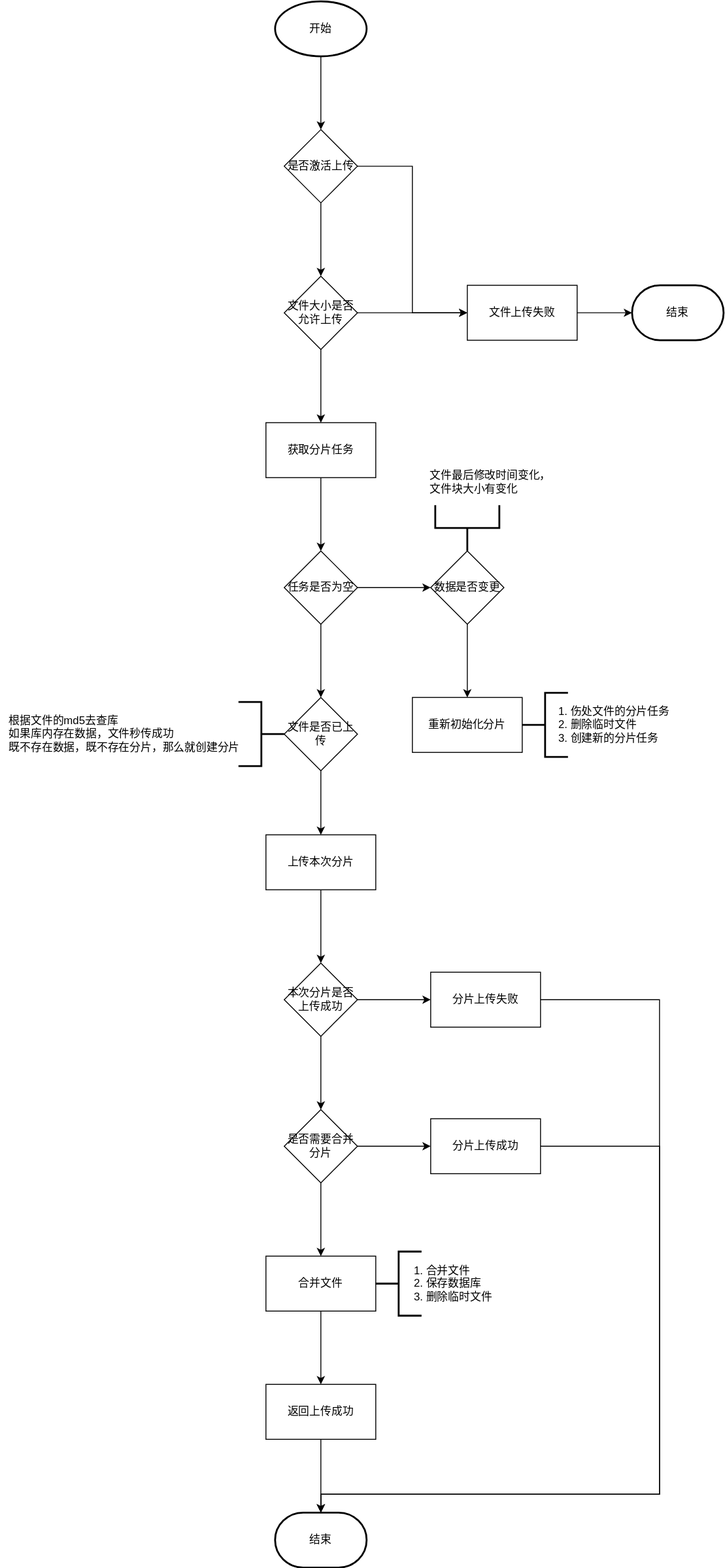
Earlier version of the draw.io export goudong-file-server/README.assets/分片上传具体处理流程图.svg (GitHubFeiLong/goudong-java). Source tidied: cells renumbered, new cells last; positions are measured from the earlier drawing's top-left corner, leaving out a move shared by most shapes.
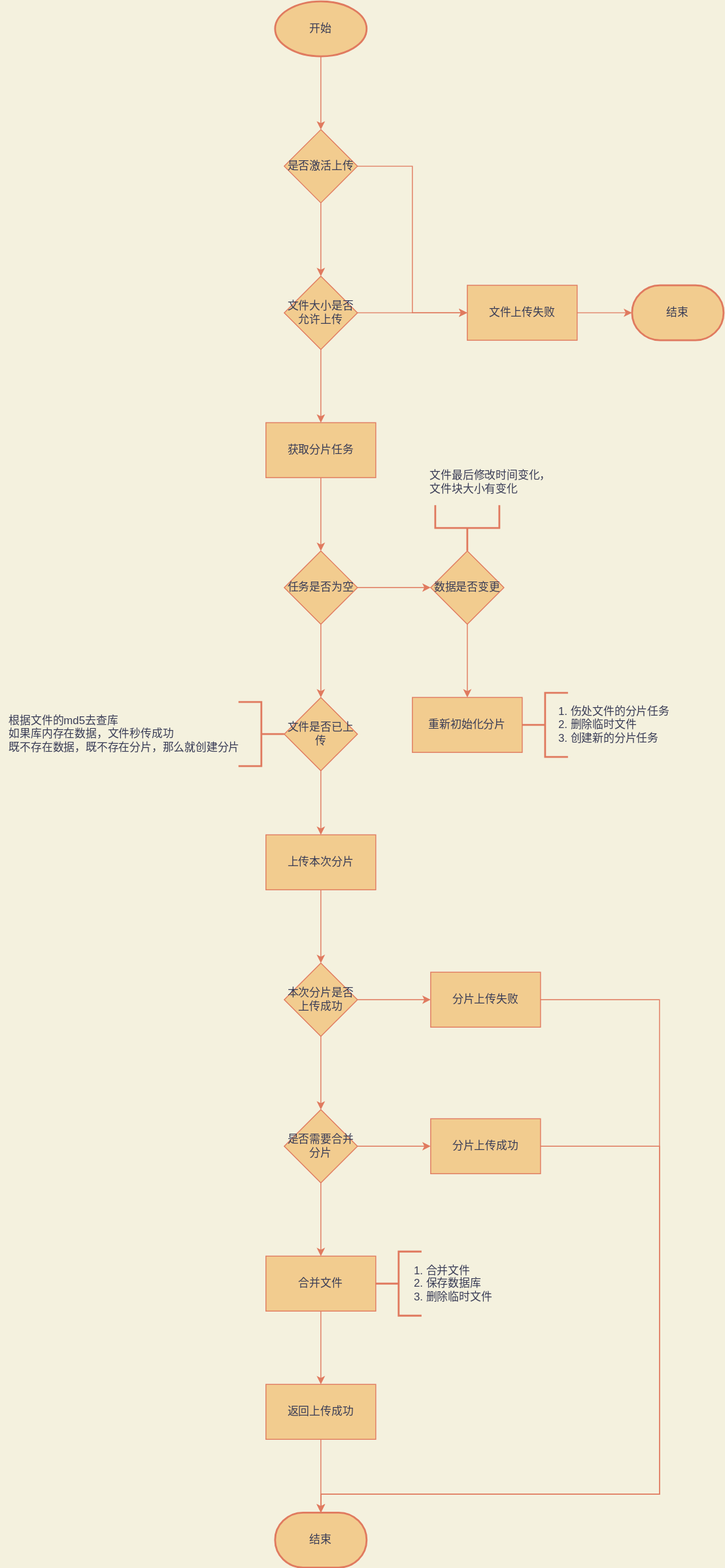
Above is the later version.

Change to the diagram source:
```diff
@@ -1,2 +1,2 @@
-<mxGraphModel>
+<mxGraphModel background="#F4F1DE">
   <root>
@@ -4,21 +4,21 @@
     <mxCell id="1" parent="0" />
-    <mxCell id="2" style="edgeStyle=orthogonalEdgeStyle;rounded=0;jettySize=auto;html=1;entryX=0.5;entryY=0;entryDx=0;entryDy=0;" parent="1" edge="1" source="3" target="6">
+    <mxCell id="2" style="edgeStyle=orthogonalEdgeStyle;rounded=0;jettySize=auto;html=1;entryX=0.5;entryY=0;entryDx=0;entryDy=0;labelBackgroundColor=#F4F1DE;strokeColor=#E07A5F;fontColor=#393C56;" parent="1" edge="1" source="3" target="6">
       <mxGeometry relative="1" as="geometry" />
     </mxCell>
-    <mxCell id="3" value="开始" style="strokeWidth=2;html=1;shape=mxgraph.flowchart.start_1;whiteSpace=wrap;" parent="1" vertex="1">
+    <mxCell id="3" value="开始" style="strokeWidth=2;html=1;shape=mxgraph.flowchart.start_1;whiteSpace=wrap;fillColor=#F2CC8F;strokeColor=#E07A5F;fontColor=#393C56;" parent="1" vertex="1">
       <mxGeometry x="300" width="100" height="60" as="geometry" />
     </mxCell>
-    <mxCell id="4" style="edgeStyle=orthogonalEdgeStyle;rounded=0;jettySize=auto;html=1;" parent="1" edge="1" source="6" target="9">
+    <mxCell id="4" style="edgeStyle=orthogonalEdgeStyle;rounded=0;jettySize=auto;html=1;labelBackgroundColor=#F4F1DE;strokeColor=#E07A5F;fontColor=#393C56;" parent="1" edge="1" source="6" target="9">
       <mxGeometry relative="1" as="geometry" />
     </mxCell>
-    <mxCell id="5" style="edgeStyle=orthogonalEdgeStyle;rounded=0;jettySize=auto;html=1;entryX=0;entryY=0.5;entryDx=0;entryDy=0;" parent="1" edge="1" source="6" target="11">
+    <mxCell id="5" style="edgeStyle=orthogonalEdgeStyle;rounded=0;jettySize=auto;html=1;entryX=0;entryY=0.5;entryDx=0;entryDy=0;labelBackgroundColor=#F4F1DE;strokeColor=#E07A5F;fontColor=#393C56;" parent="1" edge="1" source="6" target="11">
       <mxGeometry relative="1" as="geometry" />
     </mxCell>
-    <mxCell id="6" value="是否激活上传" style="rhombus;whiteSpace=wrap;html=1;" parent="1" vertex="1">
+    <mxCell id="6" value="是否激活上传" style="rhombus;whiteSpace=wrap;html=1;fillColor=#F2CC8F;strokeColor=#E07A5F;fontColor=#393C56;" parent="1" vertex="1">
       <mxGeometry x="310" y="140" width="80" height="80" as="geometry" />
     </mxCell>
-    <mxCell id="7" style="edgeStyle=orthogonalEdgeStyle;rounded=0;jettySize=auto;html=1;entryX=0;entryY=0.5;entryDx=0;entryDy=0;" parent="1" edge="1" source="9" target="11">
+    <mxCell id="7" style="edgeStyle=orthogonalEdgeStyle;rounded=0;jettySize=auto;html=1;entryX=0;entryY=0.5;entryDx=0;entryDy=0;labelBackgroundColor=#F4F1DE;strokeColor=#E07A5F;fontColor=#393C56;" parent="1" edge="1" source="9" target="11">
       <mxGeometry relative="1" as="geometry" />
     </mxCell>
-    <mxCell id="8" style="edgeStyle=orthogonalEdgeStyle;rounded=0;jettySize=auto;html=1;" parent="1" edge="1" source="9">
+    <mxCell id="8" style="edgeStyle=orthogonalEdgeStyle;rounded=0;jettySize=auto;html=1;labelBackgroundColor=#F4F1DE;strokeColor=#E07A5F;fontColor=#393C56;" parent="1" edge="1" source="9">
       <mxGeometry relative="1" as="geometry">
@@ -27,66 +27,66 @@
     </mxCell>
-    <mxCell id="9" value="文件大小是否允许上传" style="rhombus;whiteSpace=wrap;html=1;" parent="1" vertex="1">
+    <mxCell id="9" value="文件大小是否允许上传" style="rhombus;whiteSpace=wrap;html=1;fillColor=#F2CC8F;strokeColor=#E07A5F;fontColor=#393C56;" parent="1" vertex="1">
       <mxGeometry x="310" y="300" width="80" height="80" as="geometry" />
     </mxCell>
-    <mxCell id="10" style="edgeStyle=orthogonalEdgeStyle;rounded=0;jettySize=auto;html=1;entryX=0;entryY=0.5;entryDx=0;entryDy=0;entryPerimeter=0;" parent="1" edge="1" source="11" target="12">
+    <mxCell id="10" style="edgeStyle=orthogonalEdgeStyle;rounded=0;jettySize=auto;html=1;entryX=0;entryY=0.5;entryDx=0;entryDy=0;entryPerimeter=0;labelBackgroundColor=#F4F1DE;strokeColor=#E07A5F;fontColor=#393C56;" parent="1" edge="1" source="11" target="12">
       <mxGeometry relative="1" as="geometry" />
     </mxCell>
-    <mxCell id="11" value="文件上传失败" style="rounded=0;whiteSpace=wrap;html=1;" parent="1" vertex="1">
+    <mxCell id="11" value="文件上传失败" style="rounded=0;whiteSpace=wrap;html=1;fillColor=#F2CC8F;strokeColor=#E07A5F;fontColor=#393C56;" parent="1" vertex="1">
       <mxGeometry x="510" y="310" width="120" height="60" as="geometry" />
     </mxCell>
-    <mxCell id="12" value="结束" style="strokeWidth=2;html=1;shape=mxgraph.flowchart.terminator;whiteSpace=wrap;" parent="1" vertex="1">
+    <mxCell id="12" value="结束" style="strokeWidth=2;html=1;shape=mxgraph.flowchart.terminator;whiteSpace=wrap;fillColor=#F2CC8F;strokeColor=#E07A5F;fontColor=#393C56;" parent="1" vertex="1">
       <mxGeometry x="690" y="310" width="100" height="60" as="geometry" />
     </mxCell>
-    <mxCell id="13" style="edgeStyle=orthogonalEdgeStyle;rounded=0;jettySize=auto;html=1;entryX=0.5;entryY=0;entryDx=0;entryDy=0;" parent="1" edge="1" source="14" target="17">
+    <mxCell id="13" style="edgeStyle=orthogonalEdgeStyle;rounded=0;jettySize=auto;html=1;entryX=0.5;entryY=0;entryDx=0;entryDy=0;labelBackgroundColor=#F4F1DE;strokeColor=#E07A5F;fontColor=#393C56;" parent="1" edge="1" source="14" target="17">
       <mxGeometry relative="1" as="geometry" />
     </mxCell>
-    <mxCell id="14" value="获取分片任务" style="rounded=0;whiteSpace=wrap;html=1;" parent="1" vertex="1">
+    <mxCell id="14" value="获取分片任务" style="rounded=0;whiteSpace=wrap;html=1;fillColor=#F2CC8F;strokeColor=#E07A5F;fontColor=#393C56;" parent="1" vertex="1">
       <mxGeometry x="290" y="460" width="120" height="60" as="geometry" />
     </mxCell>
-    <mxCell id="15" style="edgeStyle=orthogonalEdgeStyle;rounded=0;jettySize=auto;html=1;entryX=0.5;entryY=0;entryDx=0;entryDy=0;" parent="1" edge="1" source="17" target="23">
+    <mxCell id="15" style="edgeStyle=orthogonalEdgeStyle;rounded=0;jettySize=auto;html=1;entryX=0.5;entryY=0;entryDx=0;entryDy=0;labelBackgroundColor=#F4F1DE;strokeColor=#E07A5F;fontColor=#393C56;" parent="1" edge="1" source="17" target="23">
       <mxGeometry relative="1" as="geometry" />
     </mxCell>
-    <mxCell id="16" style="edgeStyle=orthogonalEdgeStyle;rounded=0;jettySize=auto;html=1;" parent="1" edge="1" source="17" target="19">
+    <mxCell id="16" style="edgeStyle=orthogonalEdgeStyle;rounded=0;jettySize=auto;html=1;labelBackgroundColor=#F4F1DE;strokeColor=#E07A5F;fontColor=#393C56;" parent="1" edge="1" source="17" target="19">
       <mxGeometry relative="1" as="geometry" />
     </mxCell>
-    <mxCell id="17" value="任务是否为空" style="rhombus;whiteSpace=wrap;html=1;" parent="1" vertex="1">
+    <mxCell id="17" value="任务是否为空" style="rhombus;whiteSpace=wrap;html=1;fillColor=#F2CC8F;strokeColor=#E07A5F;fontColor=#393C56;" parent="1" vertex="1">
       <mxGeometry x="310" y="600" width="80" height="80" as="geometry" />
     </mxCell>
-    <mxCell id="18" style="edgeStyle=orthogonalEdgeStyle;rounded=0;jettySize=auto;html=1;entryX=0.5;entryY=0;entryDx=0;entryDy=0;" parent="1" edge="1" source="19" target="26">
+    <mxCell id="18" style="edgeStyle=orthogonalEdgeStyle;rounded=0;jettySize=auto;html=1;entryX=0.5;entryY=0;entryDx=0;entryDy=0;labelBackgroundColor=#F4F1DE;strokeColor=#E07A5F;fontColor=#393C56;" parent="1" edge="1" source="19" target="26">
       <mxGeometry relative="1" as="geometry" />
     </mxCell>
-    <mxCell id="19" value="数据是否变更" style="rhombus;whiteSpace=wrap;html=1;" parent="1" vertex="1">
+    <mxCell id="19" value="数据是否变更" style="rhombus;whiteSpace=wrap;html=1;fillColor=#F2CC8F;strokeColor=#E07A5F;fontColor=#393C56;" parent="1" vertex="1">
       <mxGeometry x="470" y="600" width="80" height="80" as="geometry" />
     </mxCell>
-    <mxCell id="20" style="strokeWidth=2;html=1;shape=mxgraph.flowchart.annotation_2;align=left;labelPosition=right;direction=west;" parent="1" vertex="1">
+    <mxCell id="20" style="strokeWidth=2;html=1;shape=mxgraph.flowchart.annotation_2;align=left;labelPosition=right;direction=west;fillColor=#F2CC8F;strokeColor=#E07A5F;fontColor=#393C56;" parent="1" vertex="1">
       <mxGeometry x="260" y="765" width="50" height="70" as="geometry" />
     </mxCell>
-    <mxCell id="21" value="&lt;div style=&quot;text-align: left&quot;&gt;&lt;span&gt;根据文件的md5去查库&lt;/span&gt;&lt;/div&gt;&lt;div style=&quot;text-align: left&quot;&gt;&lt;span&gt;如果库内存在数据，文件秒传成功&lt;/span&gt;&lt;/div&gt;&lt;div style=&quot;text-align: left&quot;&gt;&lt;span&gt;既不存在数据，既不存在分片，那么就创建分片&lt;/span&gt;&lt;/div&gt;" style="text;html=1;align=center;verticalAlign=middle;" parent="1" vertex="1">
+    <mxCell id="21" value="&lt;div style=&quot;text-align: left&quot;&gt;&lt;span&gt;根据文件的md5去查库&lt;/span&gt;&lt;/div&gt;&lt;div style=&quot;text-align: left&quot;&gt;&lt;span&gt;如果库内存在数据，文件秒传成功&lt;/span&gt;&lt;/div&gt;&lt;div style=&quot;text-align: left&quot;&gt;&lt;span&gt;既不存在数据，既不存在分片，那么就创建分片&lt;/span&gt;&lt;/div&gt;" style="text;html=1;align=center;verticalAlign=middle;fontColor=#393C56;" parent="1" vertex="1">
       <mxGeometry y="775" width="270" height="50" as="geometry" />
     </mxCell>
-    <mxCell id="22" style="edgeStyle=orthogonalEdgeStyle;rounded=0;jettySize=auto;html=1;" parent="1" edge="1" source="23" target="47">
+    <mxCell id="22" style="edgeStyle=orthogonalEdgeStyle;rounded=0;jettySize=auto;html=1;labelBackgroundColor=#F4F1DE;strokeColor=#E07A5F;fontColor=#393C56;" parent="1" edge="1" source="23" target="47">
       <mxGeometry relative="1" as="geometry" />
     </mxCell>
-    <mxCell id="23" value="&lt;span style=&quot;white-space: normal&quot;&gt;文件是否已上传&lt;/span&gt;" style="rhombus;whiteSpace=wrap;html=1;" parent="1" vertex="1">
+    <mxCell id="23" value="&lt;span style=&quot;white-space: normal&quot;&gt;文件是否已上传&lt;/span&gt;" style="rhombus;whiteSpace=wrap;html=1;fillColor=#F2CC8F;strokeColor=#E07A5F;fontColor=#393C56;" parent="1" vertex="1">
       <mxGeometry x="310" y="760" width="80" height="80" as="geometry" />
     </mxCell>
-    <mxCell id="24" style="strokeWidth=2;html=1;shape=mxgraph.flowchart.annotation_2;align=left;labelPosition=right;direction=west;rotation=90;" parent="1" vertex="1">
+    <mxCell id="24" style="strokeWidth=2;html=1;shape=mxgraph.flowchart.annotation_2;align=left;labelPosition=right;direction=west;rotation=90;fillColor=#F2CC8F;strokeColor=#E07A5F;fontColor=#393C56;" parent="1" vertex="1">
       <mxGeometry x="485" y="540" width="50" height="70" as="geometry" />
     </mxCell>
-    <mxCell id="25" value="&lt;div style=&quot;text-align: left&quot;&gt;&lt;span&gt;文件最后修改时间变化，&lt;/span&gt;&lt;/div&gt;&lt;div style=&quot;text-align: left&quot;&gt;&lt;span&gt;文件块大小有变化&lt;/span&gt;&lt;/div&gt;" style="text;html=1;align=center;verticalAlign=middle;" parent="1" vertex="1">
+    <mxCell id="25" value="&lt;div style=&quot;text-align: left&quot;&gt;&lt;span&gt;文件最后修改时间变化，&lt;/span&gt;&lt;/div&gt;&lt;div style=&quot;text-align: left&quot;&gt;&lt;span&gt;文件块大小有变化&lt;/span&gt;&lt;/div&gt;" style="text;html=1;align=center;verticalAlign=middle;fontColor=#393C56;" parent="1" vertex="1">
       <mxGeometry x="460" y="510" width="150" height="30" as="geometry" />
     </mxCell>
-    <mxCell id="26" value="重新初始化分片" style="rounded=0;whiteSpace=wrap;html=1;" parent="1" vertex="1">
+    <mxCell id="26" value="重新初始化分片" style="rounded=0;whiteSpace=wrap;html=1;fillColor=#F2CC8F;strokeColor=#E07A5F;fontColor=#393C56;" parent="1" vertex="1">
       <mxGeometry x="450" y="760" width="120" height="60" as="geometry" />
     </mxCell>
-    <mxCell id="27" style="strokeWidth=2;html=1;shape=mxgraph.flowchart.annotation_2;align=left;labelPosition=right;direction=east;" parent="1" vertex="1">
+    <mxCell id="27" style="strokeWidth=2;html=1;shape=mxgraph.flowchart.annotation_2;align=left;labelPosition=right;direction=east;fillColor=#F2CC8F;strokeColor=#E07A5F;fontColor=#393C56;" parent="1" vertex="1">
       <mxGeometry x="570" y="755" width="50" height="70" as="geometry" />
     </mxCell>
-    <mxCell id="28" value="&lt;div style=&quot;text-align: left&quot;&gt;&lt;span&gt;1. 伤处文件的分片任务&lt;/span&gt;&lt;/div&gt;&lt;div style=&quot;text-align: left&quot;&gt;&lt;span&gt;2. 删除临时文件&lt;/span&gt;&lt;/div&gt;&lt;div style=&quot;text-align: left&quot;&gt;&lt;span&gt;3. 创建新的分片任务&lt;/span&gt;&lt;/div&gt;" style="text;html=1;align=center;verticalAlign=middle;" parent="1" vertex="1">
+    <mxCell id="28" value="&lt;div style=&quot;text-align: left&quot;&gt;&lt;span&gt;1. 伤处文件的分片任务&lt;/span&gt;&lt;/div&gt;&lt;div style=&quot;text-align: left&quot;&gt;&lt;span&gt;2. 删除临时文件&lt;/span&gt;&lt;/div&gt;&lt;div style=&quot;text-align: left&quot;&gt;&lt;span&gt;3. 创建新的分片任务&lt;/span&gt;&lt;/div&gt;" style="text;html=1;align=center;verticalAlign=middle;fontColor=#393C56;" parent="1" vertex="1">
       <mxGeometry x="600" y="765" width="140" height="50" as="geometry" />
     </mxCell>
-    <mxCell id="29" style="edgeStyle=orthogonalEdgeStyle;rounded=0;jettySize=auto;html=1;" parent="1" edge="1" source="31" target="34">
+    <mxCell id="29" style="edgeStyle=orthogonalEdgeStyle;rounded=0;jettySize=auto;html=1;labelBackgroundColor=#F4F1DE;strokeColor=#E07A5F;fontColor=#393C56;" parent="1" edge="1" source="31" target="34">
       <mxGeometry relative="1" as="geometry" />
     </mxCell>
-    <mxCell id="30" style="edgeStyle=orthogonalEdgeStyle;rounded=0;jettySize=auto;html=1;" parent="1" edge="1" source="31">
+    <mxCell id="30" style="edgeStyle=orthogonalEdgeStyle;rounded=0;jettySize=auto;html=1;labelBackgroundColor=#F4F1DE;strokeColor=#E07A5F;fontColor=#393C56;" parent="1" edge="1" source="31">
       <mxGeometry relative="1" as="geometry">
@@ -95,30 +95,30 @@
     </mxCell>
-    <mxCell id="31" value="本次分片是否上传成功" style="rhombus;whiteSpace=wrap;html=1;" parent="1" vertex="1">
+    <mxCell id="31" value="本次分片是否上传成功" style="rhombus;whiteSpace=wrap;html=1;fillColor=#F2CC8F;strokeColor=#E07A5F;fontColor=#393C56;" parent="1" vertex="1">
       <mxGeometry x="310" y="1050" width="80" height="80" as="geometry" />
     </mxCell>
-    <mxCell id="32" style="edgeStyle=orthogonalEdgeStyle;rounded=0;jettySize=auto;html=1;entryX=0.5;entryY=0;entryDx=0;entryDy=0;" parent="1" edge="1" source="34" target="36">
+    <mxCell id="32" style="edgeStyle=orthogonalEdgeStyle;rounded=0;jettySize=auto;html=1;entryX=0.5;entryY=0;entryDx=0;entryDy=0;labelBackgroundColor=#F4F1DE;strokeColor=#E07A5F;fontColor=#393C56;" parent="1" edge="1" source="34" target="36">
       <mxGeometry relative="1" as="geometry" />
     </mxCell>
-    <mxCell id="33" style="edgeStyle=orthogonalEdgeStyle;rounded=0;jettySize=auto;html=1;entryX=0;entryY=0.5;entryDx=0;entryDy=0;" parent="1" edge="1" source="34" target="43">
+    <mxCell id="33" style="edgeStyle=orthogonalEdgeStyle;rounded=0;jettySize=auto;html=1;entryX=0;entryY=0.5;entryDx=0;entryDy=0;labelBackgroundColor=#F4F1DE;strokeColor=#E07A5F;fontColor=#393C56;" parent="1" edge="1" source="34" target="43">
       <mxGeometry relative="1" as="geometry" />
     </mxCell>
-    <mxCell id="34" value="是否需要合并分片" style="rhombus;whiteSpace=wrap;html=1;" parent="1" vertex="1">
+    <mxCell id="34" value="是否需要合并分片" style="rhombus;whiteSpace=wrap;html=1;fillColor=#F2CC8F;strokeColor=#E07A5F;fontColor=#393C56;" parent="1" vertex="1">
       <mxGeometry x="310" y="1210" width="80" height="80" as="geometry" />
     </mxCell>
-    <mxCell id="35" style="edgeStyle=orthogonalEdgeStyle;rounded=0;jettySize=auto;html=1;" parent="1" edge="1" source="36" target="38">
+    <mxCell id="35" style="edgeStyle=orthogonalEdgeStyle;rounded=0;jettySize=auto;html=1;labelBackgroundColor=#F4F1DE;strokeColor=#E07A5F;fontColor=#393C56;" parent="1" edge="1" source="36" target="38">
       <mxGeometry relative="1" as="geometry" />
     </mxCell>
-    <mxCell id="36" value="合并文件" style="rounded=0;whiteSpace=wrap;html=1;" parent="1" vertex="1">
+    <mxCell id="36" value="合并文件" style="rounded=0;whiteSpace=wrap;html=1;fillColor=#F2CC8F;strokeColor=#E07A5F;fontColor=#393C56;" parent="1" vertex="1">
       <mxGeometry x="290" y="1370" width="120" height="60" as="geometry" />
     </mxCell>
-    <mxCell id="37" style="edgeStyle=orthogonalEdgeStyle;rounded=0;jettySize=auto;html=1;" parent="1" edge="1" source="38" target="39">
+    <mxCell id="37" style="edgeStyle=orthogonalEdgeStyle;rounded=0;jettySize=auto;html=1;labelBackgroundColor=#F4F1DE;strokeColor=#E07A5F;fontColor=#393C56;" parent="1" edge="1" source="38" target="39">
       <mxGeometry relative="1" as="geometry" />
     </mxCell>
-    <mxCell id="38" value="返回上传成功" style="rounded=0;whiteSpace=wrap;html=1;" parent="1" vertex="1">
+    <mxCell id="38" value="返回上传成功" style="rounded=0;whiteSpace=wrap;html=1;fillColor=#F2CC8F;strokeColor=#E07A5F;fontColor=#393C56;" parent="1" vertex="1">
       <mxGeometry x="290" y="1510" width="120" height="60" as="geometry" />
     </mxCell>
-    <mxCell id="39" value="结束" style="strokeWidth=2;html=1;shape=mxgraph.flowchart.terminator;whiteSpace=wrap;" parent="1" vertex="1">
+    <mxCell id="39" value="结束" style="strokeWidth=2;html=1;shape=mxgraph.flowchart.terminator;whiteSpace=wrap;fillColor=#F2CC8F;strokeColor=#E07A5F;fontColor=#393C56;" parent="1" vertex="1">
       <mxGeometry x="300" y="1650" width="100" height="60" as="geometry" />
     </mxCell>
-    <mxCell id="40" style="edgeStyle=orthogonalEdgeStyle;rounded=0;jettySize=auto;html=1;entryX=0.5;entryY=0;entryDx=0;entryDy=0;entryPerimeter=0;" parent="1" edge="1" source="41" target="39">
+    <mxCell id="40" style="edgeStyle=orthogonalEdgeStyle;rounded=0;jettySize=auto;html=1;entryX=0.5;entryY=0;entryDx=0;entryDy=0;entryPerimeter=0;labelBackgroundColor=#F4F1DE;strokeColor=#E07A5F;fontColor=#393C56;" parent="1" edge="1" source="41" target="39">
       <mxGeometry relative="1" as="geometry">
@@ -131,6 +131,6 @@
     </mxCell>
-    <mxCell id="41" value="分片上传失败" style="rounded=0;whiteSpace=wrap;html=1;" parent="1" vertex="1">
+    <mxCell id="41" value="分片上传失败" style="rounded=0;whiteSpace=wrap;html=1;fillColor=#F2CC8F;strokeColor=#E07A5F;fontColor=#393C56;" parent="1" vertex="1">
       <mxGeometry x="470" y="1060" width="120" height="60" as="geometry" />
     </mxCell>
-    <mxCell id="42" style="edgeStyle=orthogonalEdgeStyle;rounded=0;jettySize=auto;html=1;entryX=0.5;entryY=0;entryDx=0;entryDy=0;entryPerimeter=0;" parent="1" edge="1" source="43" target="39">
+    <mxCell id="42" style="edgeStyle=orthogonalEdgeStyle;rounded=0;jettySize=auto;html=1;entryX=0.5;entryY=0;entryDx=0;entryDy=0;entryPerimeter=0;labelBackgroundColor=#F4F1DE;strokeColor=#E07A5F;fontColor=#393C56;" parent="1" edge="1" source="43" target="39">
       <mxGeometry relative="1" as="geometry">
@@ -143,15 +143,15 @@
     </mxCell>
-    <mxCell id="43" value="分片上传成功" style="rounded=0;whiteSpace=wrap;html=1;" parent="1" vertex="1">
+    <mxCell id="43" value="分片上传成功" style="rounded=0;whiteSpace=wrap;html=1;fillColor=#F2CC8F;strokeColor=#E07A5F;fontColor=#393C56;" parent="1" vertex="1">
       <mxGeometry x="470" y="1220" width="120" height="60" as="geometry" />
     </mxCell>
-    <mxCell id="44" style="strokeWidth=2;html=1;shape=mxgraph.flowchart.annotation_2;align=left;labelPosition=right;direction=east;" parent="1" vertex="1">
+    <mxCell id="44" style="strokeWidth=2;html=1;shape=mxgraph.flowchart.annotation_2;align=left;labelPosition=right;direction=east;fillColor=#F2CC8F;strokeColor=#E07A5F;fontColor=#393C56;" parent="1" vertex="1">
       <mxGeometry x="410" y="1365" width="50" height="70" as="geometry" />
     </mxCell>
-    <mxCell id="45" value="1. 合并文件&lt;br&gt;2. 保存数据库&lt;br&gt;3. 删除临时文件" style="text;html=1;align=left;verticalAlign=middle;" parent="1" vertex="1">
+    <mxCell id="45" value="1. 合并文件&lt;br&gt;2. 保存数据库&lt;br&gt;3. 删除临时文件" style="text;html=1;align=left;verticalAlign=middle;fontColor=#393C56;" parent="1" vertex="1">
       <mxGeometry x="450" y="1375" width="100" height="50" as="geometry" />
     </mxCell>
-    <mxCell id="46" style="edgeStyle=orthogonalEdgeStyle;rounded=0;jettySize=auto;html=1;" parent="1" edge="1" source="47" target="31">
+    <mxCell id="46" style="edgeStyle=orthogonalEdgeStyle;rounded=0;jettySize=auto;html=1;labelBackgroundColor=#F4F1DE;strokeColor=#E07A5F;fontColor=#393C56;" parent="1" edge="1" source="47" target="31">
       <mxGeometry relative="1" as="geometry" />
     </mxCell>
-    <mxCell id="47" value="上传本次分片" style="rounded=0;whiteSpace=wrap;html=1;" parent="1" vertex="1">
+    <mxCell id="47" value="上传本次分片" style="rounded=0;whiteSpace=wrap;html=1;fillColor=#F2CC8F;strokeColor=#E07A5F;fontColor=#393C56;" parent="1" vertex="1">
       <mxGeometry x="290" y="910" width="120" height="60" as="geometry" />
```
